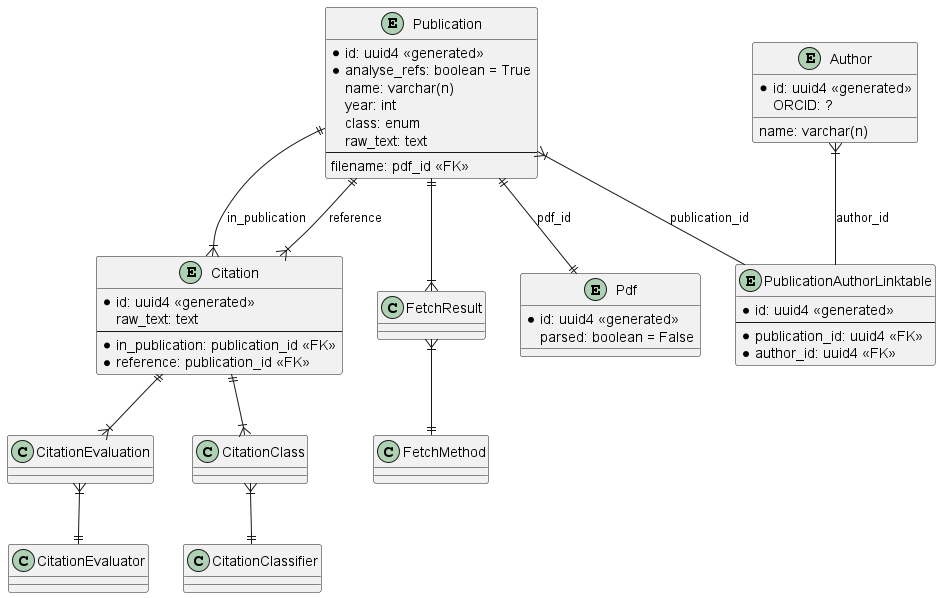
Above: docs/Database Schema.png in ouspg/refhandler (PlantUML), before the change.
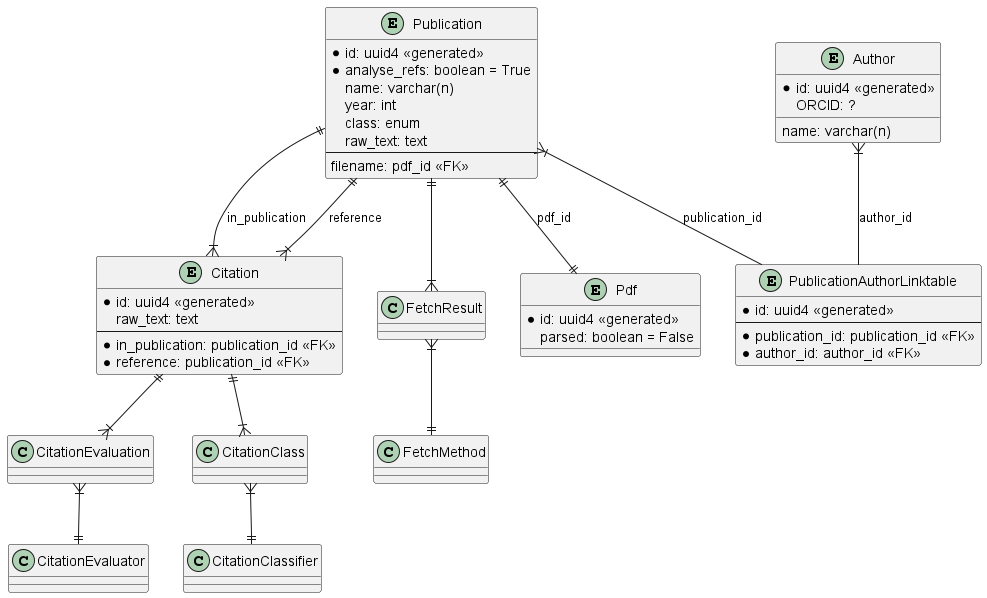
After the change.

The edit, as a diff of the source:
```diff
@@ -19,8 +19,8 @@
 entity PublicationAuthorLinktable{
     *id: uuid4 <<generated>>
     --
-    *publication_id: uuid4 <<FK>>
-    *author_id: uuid4 <<FK>>
+    *publication_id: publication_id <<FK>>
+    *author_id: author_id <<FK>>
 }
 
 entity Author{
```
